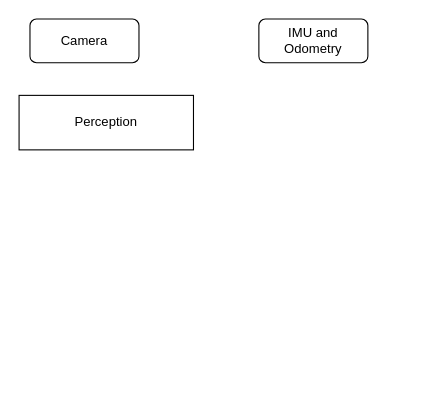
The draw.io diagram module_flow_diagram.drawio in sidt36/ME326-Group-8, before the edit. Source tidied: cells renumbered, new cells numbered last; positions are measured from the earlier drawing's top-left corner, leaving out a move shared by most shapes. Both pictures are drawn from the tidied source at 109%, with x=0, y=0 at pixel (19, 19).
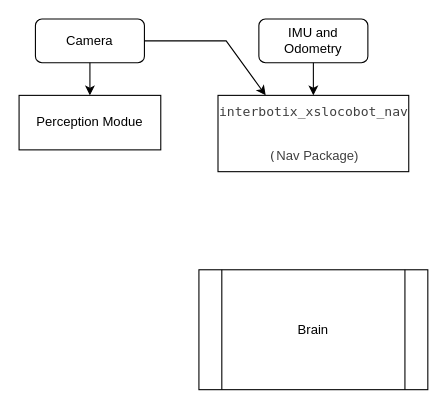
After the change.

What changed in the source:
```diff
@@
 <mxGraphModel>
   <root>
     <mxCell id="0" />
     <mxCell id="1" parent="0" />
     <mxCell id="2" value="Camera" style="rounded=1;whiteSpace=wrap;html=1;" parent="1" vertex="1">
-      <mxGeometry x="10" width="100" height="40" as="geometry" />
+      <mxGeometry x="15" width="100" height="40" as="geometry" />
     </mxCell>
     <mxCell id="3" value="IMU and Odometry" style="rounded=1;whiteSpace=wrap;html=1;" parent="1" vertex="1">
       <mxGeometry x="220" width="100" height="40" as="geometry" />
     </mxCell>
-    <mxCell id="4" value="Perception" style="rounded=0;whiteSpace=wrap;html=1;" parent="1" vertex="1">
-      <mxGeometry y="70" width="160" height="50" as="geometry" />
+    <mxCell id="4" value="Perception Modue" style="rounded=0;whiteSpace=wrap;html=1;" parent="1" vertex="1">
+      <mxGeometry y="70" width="130" height="50" as="geometry" />
     </mxCell>
+    <mxCell id="5" value="&lt;pre style=&quot;box-sizing: border-box; line-height: 1.4; font-family: SFMono-Regular, Menlo, Monaco, Consolas, &amp;quot;Liberation Mono&amp;quot;, &amp;quot;Courier New&amp;quot;, Courier, monospace; margin-top: 0px; margin-bottom: 0px; padding: 12px; overflow: auto; color: rgb(64, 64, 64);&quot; id=&quot;codecell0&quot;&gt;interbotix_xslocobot_nav&lt;/pre&gt;&lt;pre style=&quot;box-sizing: border-box; line-height: 1.4; font-family: SFMono-Regular, Menlo, Monaco, Consolas, &amp;quot;Liberation Mono&amp;quot;, &amp;quot;Courier New&amp;quot;, Courier, monospace; margin-top: 0px; margin-bottom: 0px; padding: 12px; overflow: auto; color: rgb(64, 64, 64);&quot; id=&quot;codecell0&quot;&gt;(&lt;font style=&quot;background-color: initial; white-space: normal;&quot; face=&quot;Helvetica&quot;&gt;Nav Package)&lt;/font&gt;&lt;/pre&gt;" style="rounded=0;whiteSpace=wrap;html=1;align=center;" parent="1" vertex="1">
+      <mxGeometry x="182.5" y="70" width="175" height="70" as="geometry" />
+    </mxCell>
+    <mxCell id="6" style="endArrow=classic;html=1;rounded=0;exitX=1;exitY=0.5;exitDx=0;exitDy=0;entryX=0.25;entryY=0;entryDx=0;entryDy=0;" parent="1" edge="1" source="2" target="5">
+      <mxGeometry relative="1" as="geometry">
+        <Array as="points">
+          <mxPoint x="190" y="20" />
+        </Array>
+      </mxGeometry>
+    </mxCell>
+    <mxCell id="7" style="endArrow=classic;html=1;rounded=0;exitX=0.5;exitY=1;exitDx=0;exitDy=0;" parent="1" edge="1" source="3">
+      <mxGeometry relative="1" as="geometry">
+        <mxPoint x="270" y="70" as="targetPoint" />
+      </mxGeometry>
+    </mxCell>
+    <mxCell id="8" style="endArrow=classic;html=1;rounded=0;exitX=0.5;exitY=1;exitDx=0;exitDy=0;" parent="1" edge="1" source="2" target="4">
+      <mxGeometry relative="1" as="geometry" />
+    </mxCell>
+    <mxCell id="9" value="Brain" style="shape=process;whiteSpace=wrap;html=1;backgroundOutline=1;" parent="1" vertex="1">
+      <mxGeometry x="165" y="230" width="210" height="110" as="geometry" />
+    </mxCell>
   </root>
 </mxGraphModel>
```
